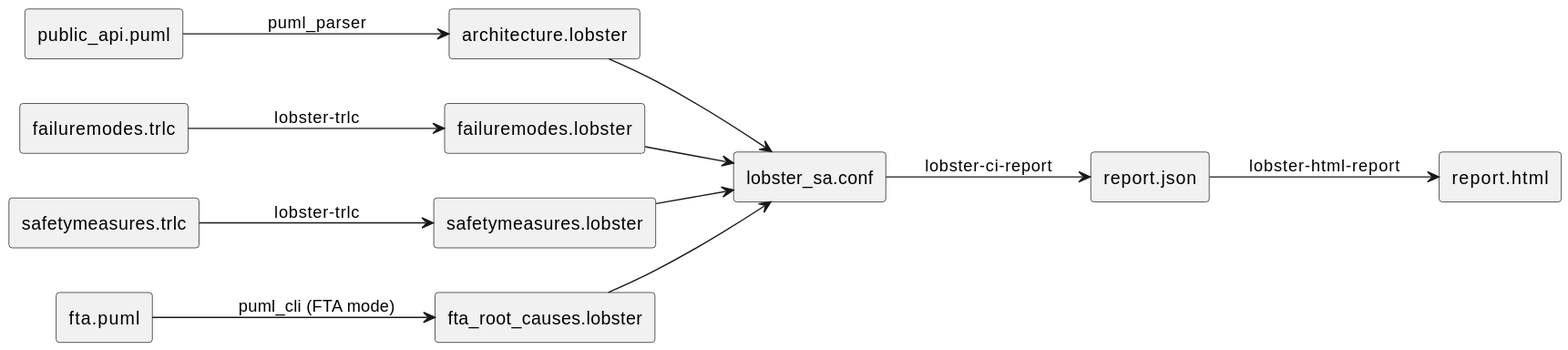
Before: bazel/rules/rules_score/examples/seooc/safety_analysis/assets/tool_data_flow.svg, a diagram exported from PlantUML (eclipse-score/tooling).
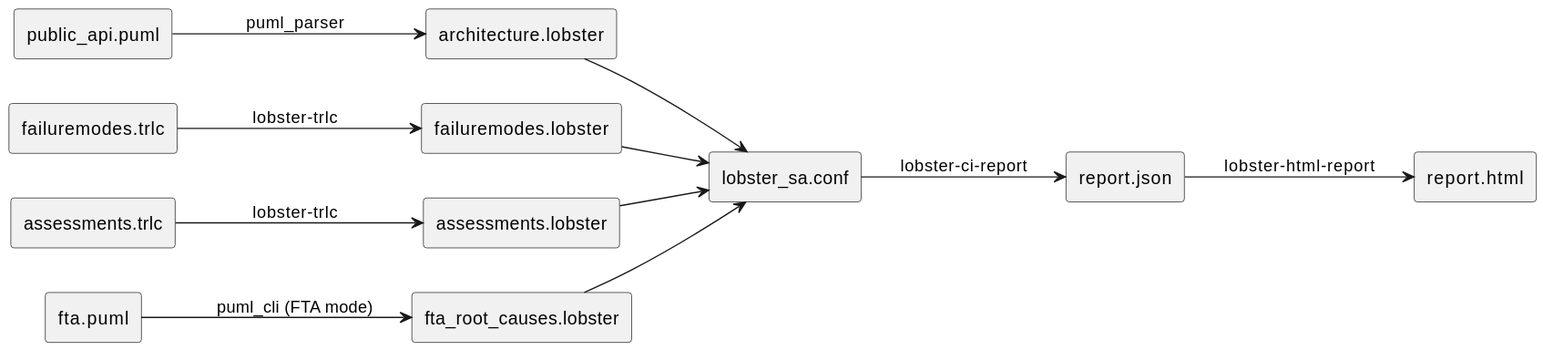
The same diagram one commit later.

What changed in the source:
```diff
@@ -2,11 +2,11 @@
 left to right direction
 rectangle "public_api.puml" as arch
 rectangle "failuremodes.trlc" as fm
-rectangle "safetymeasures.trlc" as sm
+rectangle "assessments.trlc" as asm
 rectangle "fta.puml" as fta
 rectangle "architecture.lobster" as arch_lob
 rectangle "failuremodes.lobster" as fm_lob
-rectangle "safetymeasures.lobster" as sm_lob
+rectangle "assessments.lobster" as asm_lob
 rectangle "fta_root_causes.lobster" as rc_lob
 rectangle "lobster_sa.conf" as conf
 rectangle "report.json" as json
@@ -14,11 +14,11 @@
 
 arch --> arch_lob : puml_parser
 fm --> fm_lob : lobster-trlc
-sm --> sm_lob : lobster-trlc
+asm --> asm_lob : lobster-trlc
 fta --> rc_lob : puml_cli (FTA mode)
 arch_lob --> conf
 fm_lob --> conf
-sm_lob --> conf
+asm_lob --> conf
 rc_lob --> conf
 conf --> json : lobster-ci-report
 json --> html : lobster-html-report
```
